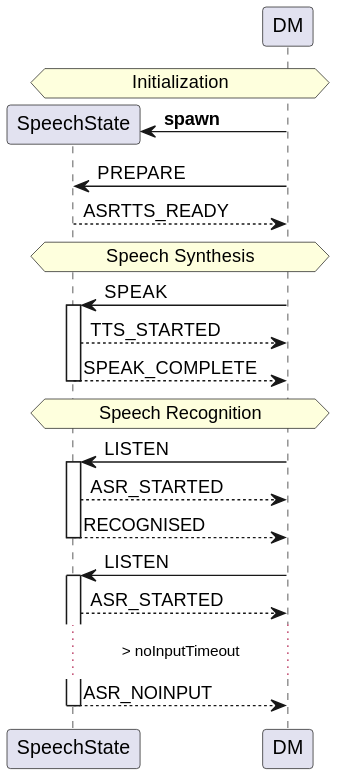
Before: docs/diagrams/dm-speechstate.svg, a diagram exported from PlantUML (vladmaraev/speechstate).
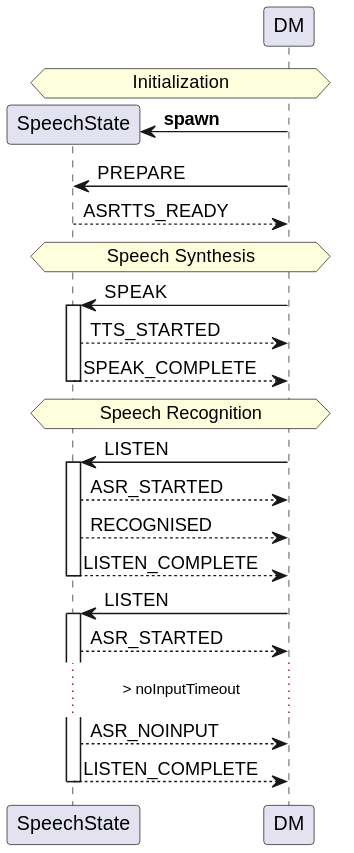
Later version of the same file.

Commit message:
; Document sending LISTEN_COMPLETE event

What changed in the source:
```diff
@@ -15,10 +15,12 @@
 DM -> SS : LISTEN
 activate SS
 SS --> DM : ASR_STARTED
-return RECOGNISED
+SS --> DM : RECOGNISED
+return LISTEN_COMPLETE
 DM -> SS : LISTEN
 activate SS
 SS --> DM : ASR_STARTED
 ... > noInputTimeout ...
-return ASR_NOINPUT
+SS --> DM : ASR_NOINPUT
+return LISTEN_COMPLETE
 @enduml
```
